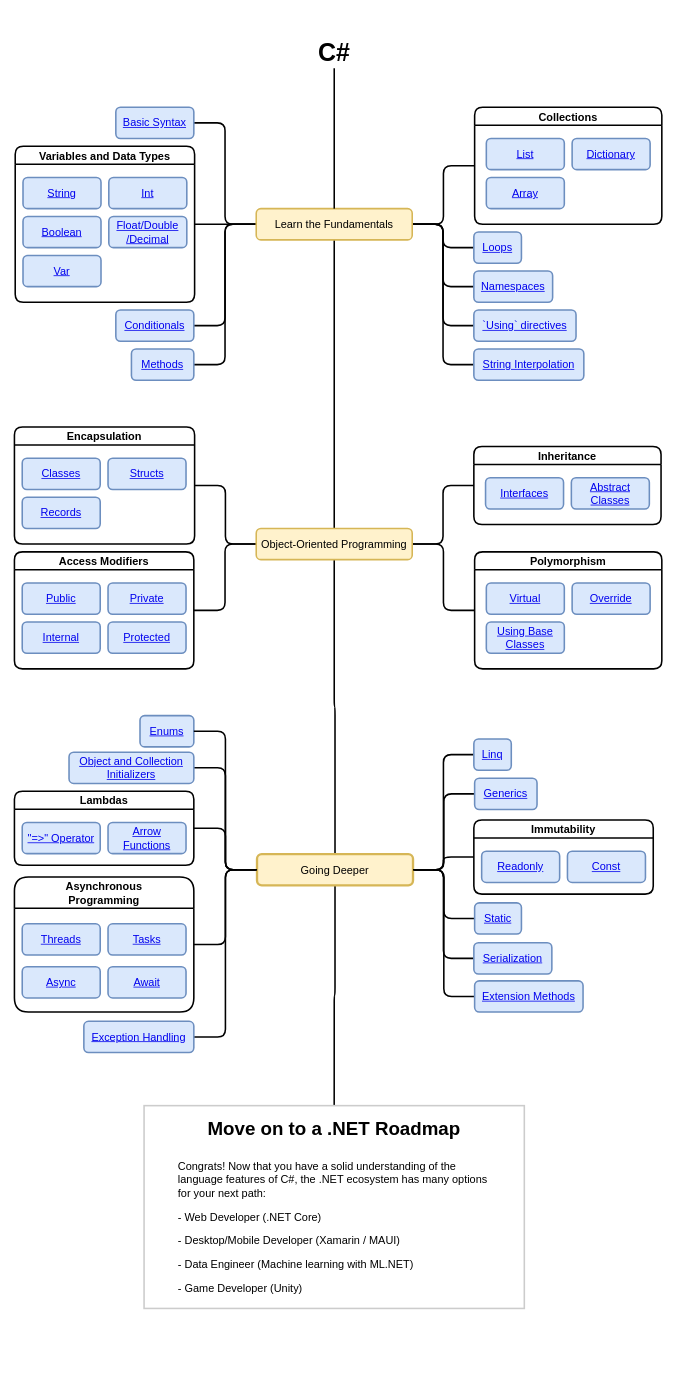
Above: csharp-roadmap.drawio in gridlocdev/csharp-learning-roadmap (draw.io), before the change. Source tidied: cells renumbered, new cells numbered last; positions are measured from the earlier drawing's top-left corner, leaving out a move shared by most shapes. Both pictures are drawn from the tidied source at 78%, with x=0, y=0 at pixel (14, 37). Pictures stored in the file or linked from it are replaced by grey dashed boxes.
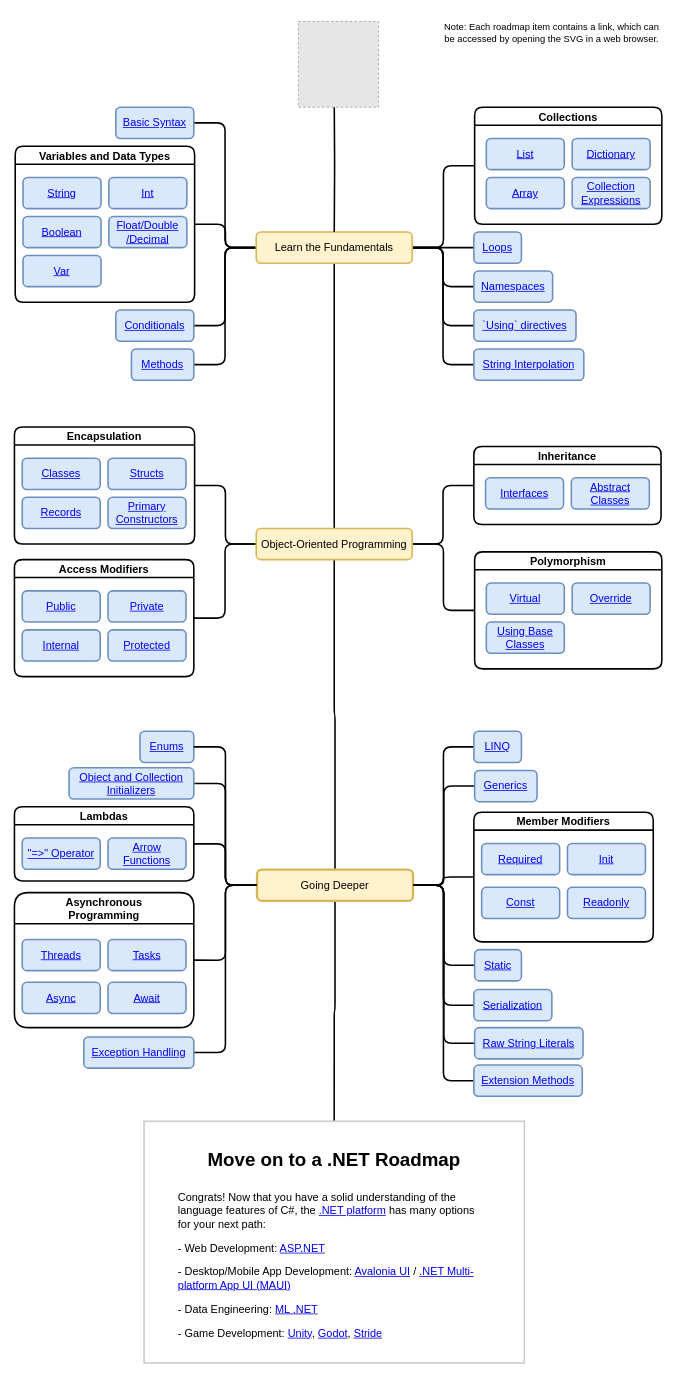
The same diagram, later.

Commit message:
Updated roadmap content for C# 12

The change refers to these unchanged cells:
```xml
<mxCell id="27" value="Encapsulation" style="swimlane;rounded=1;fontSize=14;strokeWidth=2;" parent="1" vertex="1">
  <mxGeometry y="500" width="231" height="150" as="geometry" />
</mxCell>
<mxCell id="65" value="Collections" style="swimlane;rounded=1;fontSize=14;strokeWidth=2;" parent="1" vertex="1">
  <mxGeometry x="590" y="90" width="240" height="150" as="geometry" />
</mxCell>
```

Diff of the diagram source:
```diff
@@
     <mxCell id="12" value="&lt;font style=&quot;font-size: 14px;&quot;&gt;Learn the Fundamentals&lt;/font&gt;" style="rounded=1;whiteSpace=wrap;html=1;fillColor=#fff2cc;strokeColor=#d6b656;strokeWidth=2;fontSize=14;" parent="1" vertex="1">
-      <mxGeometry x="310" y="220" width="200" height="40" as="geometry" />
+      <mxGeometry x="310" y="250" width="200" height="40" as="geometry" />
     </mxCell>
-    <mxCell id="13" style="edgeStyle=orthogonalEdgeStyle;rounded=1;jettySize=auto;html=1;exitX=0.5;exitY=1;exitDx=0;exitDy=0;entryX=0.5;entryY=0;entryDx=0;entryDy=0;fontSize=14;endArrow=none;endFill=0;strokeWidth=2;" parent="1" edge="1" source="14" target="12">
-      <mxGeometry relative="1" as="geometry" />
+    <mxCell id="13" style="edgeStyle=orthogonalEdgeStyle;rounded=1;jettySize=auto;html=1;entryX=0.5;entryY=0;entryDx=0;entryDy=0;fontSize=14;endArrow=none;endFill=0;strokeWidth=2;" parent="1" edge="1" target="12">
+      <mxGeometry relative="1" as="geometry">
+        <mxPoint x="410" y="80" as="sourcePoint" />
+      </mxGeometry>
     </mxCell>
-    <mxCell id="14" value="&lt;div style=&quot;font-size: 32px&quot;&gt;&lt;font style=&quot;font-size: 32px&quot;&gt;&lt;b&gt;&lt;font style=&quot;font-size: 32px&quot;&gt;C#&lt;/font&gt;&lt;/b&gt;&lt;/font&gt;&lt;/div&gt;" style="text;html=1;strokeColor=none;fillColor=none;align=center;verticalAlign=middle;whiteSpace=wrap;rounded=0;fontSize=24;" parent="1" vertex="1">
-      <mxGeometry x="375" width="70" height="40" as="geometry" />
-    </mxCell>
@@
+    <mxCell id="87" value="&lt;div&gt;&lt;a href=&quot;https://learn.microsoft.com/en-us/dotnet/csharp/whats-new/tutorials/primary-constructors#primary-constructors&quot;&gt;Primary&lt;/a&gt;&lt;/div&gt;&lt;div&gt;&lt;a href=&quot;https://learn.microsoft.com/en-us/dotnet/csharp/whats-new/tutorials/primary-constructors#primary-constructors&quot;&gt;Constructors&lt;br&gt;&lt;/a&gt;&lt;/div&gt;" style="rounded=1;whiteSpace=wrap;html=1;fillColor=#dae8fc;strokeColor=#6c8ebf;strokeWidth=2;fontSize=14;" parent="27" vertex="1">
+      <mxGeometry x="120" y="90" width="100" height="40" as="geometry" />
+    </mxCell>
@@
     <mxCell id="46" value="&lt;font style=&quot;font-size: 14px&quot;&gt;Going Deeper&lt;/font&gt;" style="rounded=1;whiteSpace=wrap;html=1;fillColor=#fff2cc;strokeColor=#d6b656;strokeWidth=3;" parent="1" vertex="1">
-      <mxGeometry x="311" y="1047.5" width="200" height="40" as="geometry" />
+      <mxGeometry x="311" y="1067.5" width="200" height="40" as="geometry" />
     </mxCell>
-    <mxCell id="47" value="&lt;a href=&quot;https://docs.microsoft.com/en-us/dotnet/csharp/linq/&quot;&gt;Linq&lt;/a&gt;" style="rounded=1;whiteSpace=wrap;html=1;fillColor=#dae8fc;strokeColor=#6c8ebf;strokeWidth=2;fontSize=14;" parent="1" vertex="1">
-      <mxGeometry x="589" y="900" width="48" height="40" as="geometry" />
+    <mxCell id="47" value="&lt;a href=&quot;https://docs.microsoft.com/en-us/dotnet/csharp/linq/&quot;&gt;LINQ&lt;/a&gt;" style="rounded=1;whiteSpace=wrap;html=1;fillColor=#dae8fc;strokeColor=#6c8ebf;strokeWidth=2;fontSize=14;" parent="1" vertex="1">
+      <mxGeometry x="589" y="890" width="61" height="40" as="geometry" />
     </mxCell>
     <mxCell id="48" value="&lt;a href=&quot;https://docs.microsoft.com/en-us/dotnet/csharp/programming-guide/classes-and-structs/object-and-collection-initializers&quot;&gt;Object and Collection Initializers&lt;/a&gt;" style="rounded=1;whiteSpace=wrap;html=1;fillColor=#dae8fc;strokeColor=#6c8ebf;strokeWidth=2;fontSize=14;" parent="1" vertex="1">
-      <mxGeometry x="70" y="916.9" width="160" height="40" as="geometry" />
+      <mxGeometry x="70" y="936.9" width="160" height="40" as="geometry" />
     </mxCell>
     <mxCell id="49" value="Lambdas" style="swimlane;rounded=1;fontSize=14;strokeWidth=2;" parent="1" vertex="1">
-      <mxGeometry y="966.9" width="230" height="95" as="geometry" />
+      <mxGeometry y="986.9" width="230" height="95" as="geometry" />
     </mxCell>
@@
     <mxCell id="52" value="Asynchronous &#10;Programming" style="swimlane;rounded=1;fontSize=14;strokeWidth=2;startSize=40;" parent="1" vertex="1">
-      <mxGeometry y="1076.9" width="230" height="173.1" as="geometry" />
+      <mxGeometry y="1096.9" width="230" height="173.1" as="geometry" />
     </mxCell>
@@
     <mxCell id="57" value="&lt;a href=&quot;https://docs.microsoft.com/en-us/dotnet/csharp/programming-guide/concepts/serialization/&quot;&gt;Serialization&lt;/a&gt;" style="rounded=1;whiteSpace=wrap;html=1;fillColor=#dae8fc;strokeColor=#6c8ebf;strokeWidth=2;fontSize=14;" parent="1" vertex="1">
-      <mxGeometry x="589" y="1161.2" width="100" height="40" as="geometry" />
+      <mxGeometry x="589" y="1221.2" width="100" height="40" as="geometry" />
     </mxCell>
     <mxCell id="58" value="&lt;div&gt;&lt;a href=&quot;https://docs.microsoft.com/en-us/dotnet/csharp/programming-guide/classes-and-structs/extension-methods&quot;&gt;Extension Methods&lt;/a&gt;&lt;/div&gt;" style="rounded=1;whiteSpace=wrap;html=1;fillColor=#dae8fc;strokeColor=#6c8ebf;strokeWidth=2;fontSize=14;" parent="1" vertex="1">
-      <mxGeometry x="590" y="1210" width="139" height="40" as="geometry" />
+      <mxGeometry x="589" y="1318" width="139" height="40" as="geometry" />
     </mxCell>
     <mxCell id="59" value="&lt;a href=&quot;https://docs.microsoft.com/en-us/dotnet/csharp/fundamentals/types/generics&quot;&gt;Generics&lt;/a&gt;" style="rounded=1;whiteSpace=wrap;html=1;fillColor=#dae8fc;strokeColor=#6c8ebf;strokeWidth=2;fontSize=14;" parent="1" vertex="1">
-      <mxGeometry x="590" y="950.3" width="80" height="40" as="geometry" />
+      <mxGeometry x="590" y="940.3" width="80" height="40" as="geometry" />
     </mxCell>
     <mxCell id="60" value="Access Modifiers" style="swimlane;rounded=1;fontSize=14;strokeWidth=2;" parent="1" vertex="1">
-      <mxGeometry y="660" width="230" height="150" as="geometry" />
+      <mxGeometry y="670" width="230" height="150" as="geometry" />
     </mxCell>
@@
+    <mxCell id="88" value="&lt;div&gt;&lt;a href=&quot;https://learn.microsoft.com/en-us/dotnet/csharp/whats-new/csharp-12#collection-expressions&quot;&gt;Collection&lt;/a&gt;&lt;/div&gt;&lt;div&gt;&lt;a href=&quot;https://learn.microsoft.com/en-us/dotnet/csharp/whats-new/csharp-12#collection-expressions&quot;&gt;Expressions&lt;br&gt;&lt;/a&gt;&lt;/div&gt;" style="rounded=1;whiteSpace=wrap;html=1;fillColor=#dae8fc;strokeColor=#6c8ebf;strokeWidth=2;fontSize=14;" parent="65" vertex="1">
+      <mxGeometry x="125" y="90" width="100" height="40" as="geometry" />
+    </mxCell>
@@
-    <mxCell id="76" value="&lt;h1 style=&quot;line-height: 2&quot; align=&quot;center&quot;&gt;Move on to a .NET Roadmap&lt;br&gt;&lt;/h1&gt;&lt;div align=&quot;left&quot;&gt;&lt;blockquote&gt;&lt;p style=&quot;font-size: 14px&quot;&gt;&lt;font style=&quot;font-size: 14px&quot;&gt;Congrats! Now that you have a solid understanding of the language features of C#, the .NET ecosystem has many options for your next path:&lt;/font&gt;&lt;/p&gt;&lt;/blockquote&gt;&lt;/div&gt;&lt;blockquote&gt;&lt;p style=&quot;font-size: 14px&quot; align=&quot;left&quot;&gt;&lt;font style=&quot;font-size: 14px&quot;&gt;- Web Developer (.NET Core)&lt;br&gt;&lt;/font&gt;&lt;/p&gt;&lt;p style=&quot;font-size: 14px&quot; align=&quot;left&quot;&gt;&lt;font style=&quot;font-size: 14px&quot;&gt;- Desktop/Mobile Developer (Xamarin / MAUI)&lt;br&gt;&lt;/font&gt;&lt;/p&gt;&lt;p style=&quot;font-size: 14px&quot; align=&quot;left&quot;&gt;&lt;font style=&quot;font-size: 14px&quot;&gt;- Data Engineer (Machine learning with ML.NET)&lt;br&gt;&lt;/font&gt;&lt;/p&gt;&lt;p style=&quot;font-size: 14px&quot; align=&quot;left&quot;&gt;&lt;font style=&quot;font-size: 14px&quot;&gt;- Game Developer (Unity)&lt;/font&gt;&lt;br&gt;&lt;/p&gt;&lt;/blockquote&gt;" style="text;html=1;spacing=5;spacingTop=-20;whiteSpace=wrap;overflow=hidden;rounded=0;strokeColor=#CCCCCC;strokeWidth=2;glass=0;fillColor=default;align=center;" parent="1" vertex="1">
-      <mxGeometry x="166.2" y="1370" width="487.5" height="260" as="geometry" />
+    <mxCell id="76" value="&lt;h1 align=&quot;center&quot; style=&quot;line-height: 2&quot;&gt;Move on to a .NET Roadmap&lt;br&gt;&lt;/h1&gt;&lt;div align=&quot;left&quot;&gt;&lt;blockquote&gt;&lt;p style=&quot;font-size: 14px&quot;&gt;&lt;font style=&quot;font-size: 14px&quot;&gt;Congrats! Now that you have a solid understanding of the language features of C#, the &lt;a href=&quot;https://dotnet.microsoft.com/&quot;&gt;.NET platform&lt;/a&gt; has many options for your next path:&lt;/font&gt;&lt;/p&gt;&lt;/blockquote&gt;&lt;/div&gt;&lt;blockquote&gt;&lt;p align=&quot;left&quot; style=&quot;font-size: 14px&quot;&gt;&lt;font style=&quot;font-size: 14px&quot;&gt;- Web Development: &lt;a href=&quot;https://dotnet.microsoft.com/en-us/apps/aspnet&quot;&gt;ASP.NET&lt;/a&gt;&lt;br&gt;&lt;/font&gt;&lt;/p&gt;&lt;p align=&quot;left&quot; style=&quot;font-size: 14px&quot;&gt;&lt;font style=&quot;font-size: 14px&quot;&gt;- Desktop/Mobile App Development: &lt;a href=&quot;https://avaloniaui.net/&quot;&gt;Avalonia UI&lt;/a&gt; / &lt;a href=&quot;https://dotnet.microsoft.com/en-us/apps/maui&quot;&gt;.NET Multi-platform App UI (MAUI)&lt;/a&gt;&lt;br&gt;&lt;/font&gt;&lt;/p&gt;&lt;p align=&quot;left&quot; style=&quot;font-size: 14px&quot;&gt;&lt;font style=&quot;font-size: 14px&quot;&gt;- Data Engineering: &lt;a href=&quot;https://dotnet.microsoft.com/en-us/apps/machinelearning-ai/ml-dotnet&quot;&gt;ML .NET&lt;/a&gt;&lt;br&gt;&lt;/font&gt;&lt;/p&gt;&lt;p align=&quot;left&quot; style=&quot;font-size: 14px&quot;&gt;&lt;font style=&quot;font-size: 14px&quot;&gt;- Game Development: &lt;a href=&quot;https://dotnet.microsoft.com/en-us/apps/games/unity&quot;&gt;Unity&lt;/a&gt;, &lt;a href=&quot;https://godotengine.org/&quot;&gt;Godot&lt;/a&gt;, &lt;a href=&quot;https://www.stride3d.net/&quot;&gt;Stride&lt;/a&gt;&lt;/font&gt;&lt;br&gt;&lt;/p&gt;&lt;/blockquote&gt;" style="text;html=1;spacing=5;spacingTop=0;whiteSpace=wrap;overflow=hidden;rounded=0;strokeColor=#CCCCCC;strokeWidth=2;glass=0;fillColor=default;align=center;" parent="1" vertex="1">
+      <mxGeometry x="166.2" y="1390" width="487.5" height="310" as="geometry" />
     </mxCell>
@@
-    <mxCell id="78" value="Immutability" style="swimlane;rounded=1;fontSize=14;strokeWidth=2;startSize=23;" parent="1" vertex="1">
-      <mxGeometry x="589" y="1003.8" width="230" height="95" as="geometry" />
+    <mxCell id="78" value="Member Modifiers" style="swimlane;rounded=1;fontSize=14;strokeWidth=2;startSize=23;" parent="1" vertex="1">
+      <mxGeometry x="589" y="993.8" width="230" height="166.2" as="geometry" />
     </mxCell>
     <mxCell id="79" value="&lt;a href=&quot;https://docs.microsoft.com/en-us/dotnet/csharp/language-reference/keywords/const&quot;&gt;Const&lt;/a&gt;" style="rounded=1;whiteSpace=wrap;html=1;fillColor=#dae8fc;strokeColor=#6c8ebf;strokeWidth=2;fontSize=14;" parent="78" vertex="1">
-      <mxGeometry x="120" y="40" width="100" height="40" as="geometry" />
+      <mxGeometry x="10" y="96.2" width="100" height="40" as="geometry" />
     </mxCell>
+    <mxCell id="89" value="&lt;a href=&quot;https://learn.microsoft.com/en-us/dotnet/csharp/language-reference/keywords/init&quot;&gt;Init&lt;/a&gt;" style="rounded=1;whiteSpace=wrap;html=1;fillColor=#dae8fc;strokeColor=#6c8ebf;strokeWidth=2;fontSize=14;" parent="78" vertex="1">
+      <mxGeometry x="120" y="40" width="100" height="40" as="geometry" />
+    </mxCell>
+    <mxCell id="90" value="&lt;a href=&quot;https://learn.microsoft.com/en-us/dotnet/csharp/language-reference/keywords/required&quot;&gt;Required&lt;/a&gt;" style="rounded=1;whiteSpace=wrap;html=1;fillColor=#dae8fc;strokeColor=#6c8ebf;strokeWidth=2;fontSize=14;" parent="78" vertex="1">
+      <mxGeometry x="10" y="40" width="100" height="40" as="geometry" />
+    </mxCell>
     <mxCell id="80" value="&lt;a href=&quot;https://docs.microsoft.com/en-us/dotnet/csharp/language-reference/keywords/readonly&quot;&gt;Readonly&lt;/a&gt;" style="rounded=1;whiteSpace=wrap;html=1;fillColor=#dae8fc;strokeColor=#6c8ebf;strokeWidth=2;fontSize=14;" parent="78" vertex="1">
-      <mxGeometry x="10" y="40" width="100" height="40" as="geometry" />
+      <mxGeometry x="120" y="96.2" width="100" height="40" as="geometry" />
     </mxCell>
@@
     <mxCell id="83" value="&lt;div style=&quot;font-size: 14px&quot;&gt;&lt;a href=&quot;https://docs.microsoft.com/en-us/dotnet/csharp/fundamentals/exceptions/exception-handling&quot;&gt;Exception Handling&lt;/a&gt;&lt;br style=&quot;font-size: 14px&quot;&gt;&lt;/div&gt;" style="rounded=1;whiteSpace=wrap;html=1;fillColor=#dae8fc;strokeColor=#6c8ebf;strokeWidth=2;fontSize=14;" parent="1" vertex="1">
-      <mxGeometry x="89" y="1261.9" width="141" height="40" as="geometry" />
+      <mxGeometry x="89" y="1281.9" width="141" height="40" as="geometry" />
     </mxCell>
     <mxCell id="84" value="&lt;a href=&quot;https://docs.microsoft.com/en-us/dotnet/csharp/language-reference/keywords/static&quot;&gt;Static&lt;/a&gt;" style="rounded=1;whiteSpace=wrap;html=1;fillColor=#dae8fc;strokeColor=#6c8ebf;strokeWidth=2;fontSize=14;" parent="1" vertex="1">
-      <mxGeometry x="590" y="1110" width="60" height="40" as="geometry" />
+      <mxGeometry x="590" y="1170" width="60" height="40" as="geometry" />
     </mxCell>
     <mxCell id="85" value="&lt;a href=&quot;https://docs.microsoft.com/en-us/dotnet/csharp/language-reference/builtin-types/enum&quot;&gt;Enums&lt;/a&gt;" style="rounded=1;whiteSpace=wrap;html=1;fillColor=#dae8fc;strokeColor=#6c8ebf;strokeWidth=2;fontSize=14;" parent="1" vertex="1">
-      <mxGeometry x="161" y="870" width="69" height="40" as="geometry" />
+      <mxGeometry x="161" y="890" width="69" height="40" as="geometry" />
     </mxCell>
@@
+    <mxCell id="91" style="edgeStyle=orthogonalEdgeStyle;rounded=1;jettySize=auto;html=1;exitX=1;exitY=0.5;exitDx=0;exitDy=0;entryX=0;entryY=0.5;entryDx=0;entryDy=0;fontSize=24;endArrow=none;endFill=0;strokeWidth=2;" parent="1" edge="1" source="46" target="92">
+      <mxGeometry relative="1" as="geometry" />
+    </mxCell>
+    <mxCell id="92" value="&lt;a href=&quot;https://learn.microsoft.com/en-us/dotnet/csharp/language-reference/tokens/raw-string&quot;&gt;Raw String Literals&lt;/a&gt;" style="rounded=1;whiteSpace=wrap;html=1;fillColor=#dae8fc;strokeColor=#6c8ebf;strokeWidth=2;fontSize=14;" parent="1" vertex="1">
+      <mxGeometry x="590" y="1270" width="139" height="40" as="geometry" />
+    </mxCell>
+    <mxCell id="93" style="fillColor=#E6E6E6;strokeColor=#999999;dashed=1;verticalLabelPosition=bottom;labelBackgroundColor=default;verticalAlign=top;" parent="1" vertex="1">
+      <mxGeometry x="364" y="-20" width="102.7" height="110" as="geometry" />
+    </mxCell>
+    <mxCell id="94" value="Note: Each roadmap item contains a link, which can be accessed by opening the SVG in a web browser." style="text;html=1;strokeColor=none;fillColor=none;align=center;verticalAlign=middle;whiteSpace=wrap;rounded=0;" parent="1" vertex="1">
+      <mxGeometry x="547.5" y="-30" width="281.5" height="50" as="geometry" />
+    </mxCell>
```
